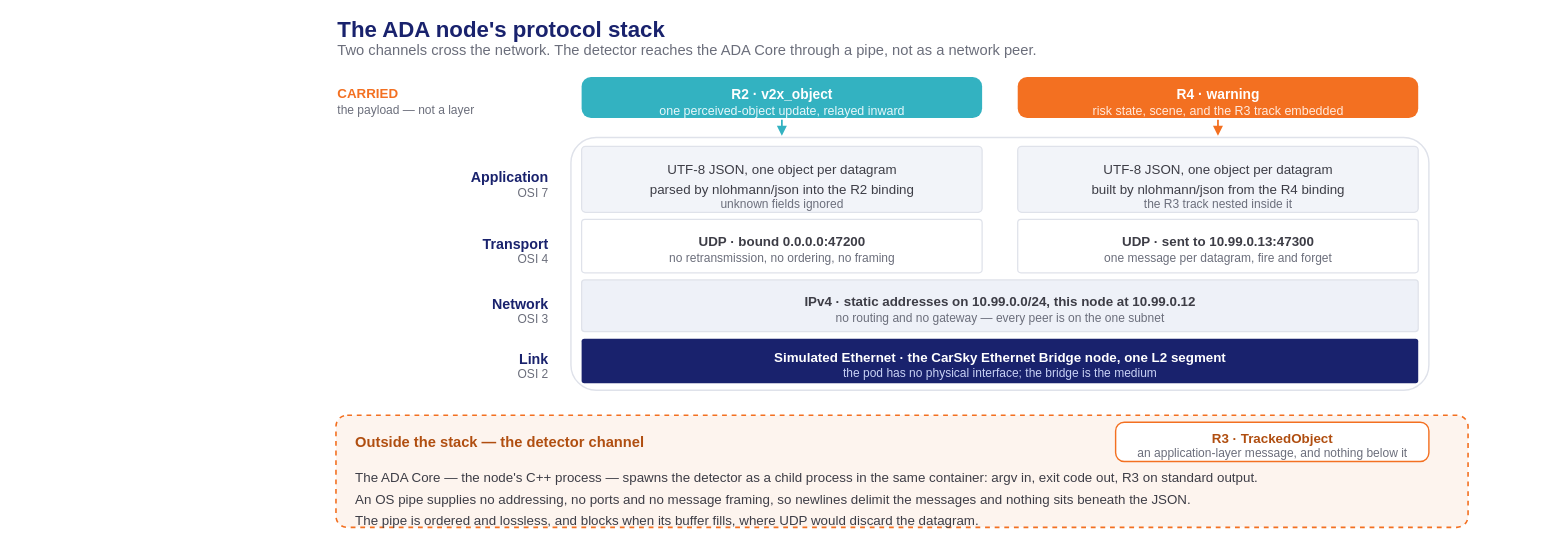
Earlier version of the draw.io diagram presentation/assets/phase2-4-ada-protocol-stack.drawio (mnpham2101/FPT-Hackathon2026). Source tidied: cells renumbered, new cells numbered last; positions are measured from the earlier drawing's top-left corner, leaving out a move shared by most shapes. Both pictures are drawn from the tidied source at 89%, with x=0, y=0 at pixel (15, 20).
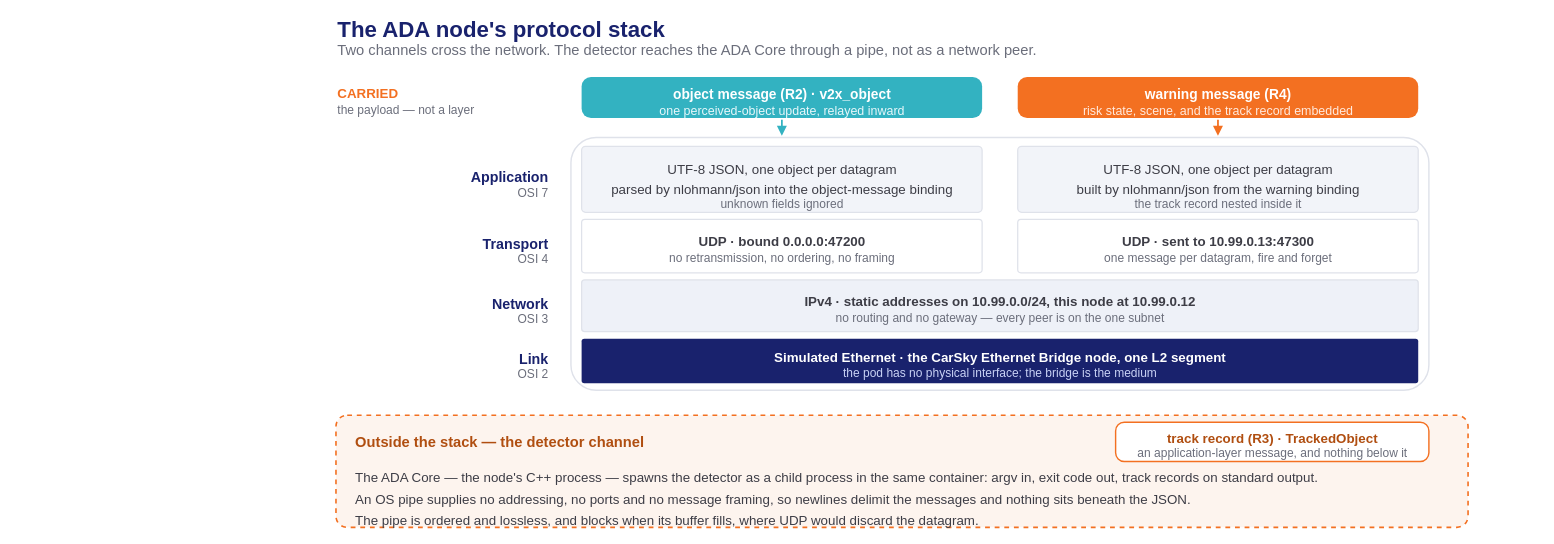
After the change.

Diff of the diagram source:
```diff
@@
-    <mxCell id="7" value="R2  ·  v2x_object" style="text;html=1;align=center;verticalAlign=middle;fontSize=15.5;fontColor=#ffffff;fontStyle=1;" parent="1" vertex="1">
+    <mxCell id="7" value="object message (R2)  ·  v2x_object" style="text;html=1;align=center;verticalAlign=middle;fontSize=15.5;fontColor=#ffffff;fontStyle=1;" parent="1" vertex="1">
       <mxGeometry x="561" y="74" width="600" height="20" as="geometry" />
     </mxCell>
@@
-    <mxCell id="10" value="R4  ·  warning" style="text;html=1;align=center;verticalAlign=middle;fontSize=15.5;fontColor=#ffffff;fontStyle=1;" parent="1" vertex="1">
+    <mxCell id="10" value="warning message (R4)" style="text;html=1;align=center;verticalAlign=middle;fontSize=15.5;fontColor=#ffffff;fontStyle=1;" parent="1" vertex="1">
       <mxGeometry x="1051" y="74" width="600" height="20" as="geometry" />
     </mxCell>
-    <mxCell id="11" value="risk state, scene, and the R3 track embedded" style="text;html=1;align=center;verticalAlign=middle;fontSize=14;fontColor=#ffeade;fontStyle=0;" parent="1" vertex="1">
+    <mxCell id="11" value="risk state, scene, and the track record embedded" style="text;html=1;align=center;verticalAlign=middle;fontSize=14;fontColor=#ffeade;fontStyle=0;" parent="1" vertex="1">
       <mxGeometry x="1051" y="92" width="600" height="20" as="geometry" />
     </mxCell>
@@
-    <mxCell id="25" value="parsed by nlohmann/json into the R2 binding" style="text;html=1;align=center;verticalAlign=middle;fontSize=15;fontColor=#3d3d46;fontStyle=0;" parent="1" vertex="1">
+    <mxCell id="25" value="parsed by nlohmann/json into the object-message binding" style="text;html=1;align=center;verticalAlign=middle;fontSize=15;fontColor=#3d3d46;fontStyle=0;" parent="1" vertex="1">
       <mxGeometry x="561" y="180" width="600" height="20" as="geometry" />
     </mxCell>
@@
-    <mxCell id="29" value="built by nlohmann/json from the R4 binding" style="text;html=1;align=center;verticalAlign=middle;fontSize=15;fontColor=#3d3d46;fontStyle=0;" parent="1" vertex="1">
+    <mxCell id="29" value="built by nlohmann/json from the warning binding" style="text;html=1;align=center;verticalAlign=middle;fontSize=15;fontColor=#3d3d46;fontStyle=0;" parent="1" vertex="1">
       <mxGeometry x="1051" y="180" width="600" height="20" as="geometry" />
     </mxCell>
-    <mxCell id="30" value="the R3 track nested inside it" style="text;html=1;align=center;verticalAlign=middle;fontSize=13.5;fontColor=#6b6e7b;fontStyle=0;" parent="1" vertex="1">
+    <mxCell id="30" value="the track record nested inside it" style="text;html=1;align=center;verticalAlign=middle;fontSize=13.5;fontColor=#6b6e7b;fontStyle=0;" parent="1" vertex="1">
       <mxGeometry x="1051" y="198" width="600" height="20" as="geometry" />
     </mxCell>
@@
-    <mxCell id="46" value="R3  ·  TrackedObject" style="text;html=1;align=center;verticalAlign=middle;fontSize=15;fontColor=#B04E10;fontStyle=1;" parent="1" vertex="1">
+    <mxCell id="46" value="track record (R3)  ·  TrackedObject" style="text;html=1;align=center;verticalAlign=middle;fontSize=15;fontColor=#B04E10;fontStyle=1;" parent="1" vertex="1">
       <mxGeometry x="1112" y="460" width="600" height="20" as="geometry" />
     </mxCell>
@@
-    <mxCell id="48" value="The ADA Core — the node's C++ process — spawns the detector as a child process in the same container: argv in, exit code out, R3 on standard output." style="text;html=1;align=left;verticalAlign=middle;fontSize=15;fontColor=#3d3d46;fontStyle=0;" parent="1" vertex="1">
+    <mxCell id="48" value="The ADA Core — the node's C++ process — spawns the detector as a child process in the same container: argv in, exit code out, track records on standard output." style="text;html=1;align=left;verticalAlign=middle;fontSize=15;fontColor=#3d3d46;fontStyle=0;" parent="1" vertex="1">
       <mxGeometry x="380" y="504" width="600" height="20" as="geometry" />
     </mxCell>
```
